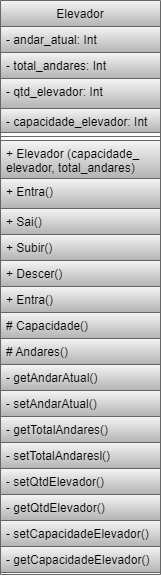
The draw.io diagram Atvd.2 Predio/src/main/java/com/mycompany/predio/Diagrama Elevador.png in GSouzzaDev/ARCO-DE-TREINAMENTO-POOJAVA-2024.1-ADS-UFRN., before a commit. Source tidied: cells renumbered, new cells last; positions are measured from the earlier drawing's top-left corner, leaving out a move shared by most shapes.
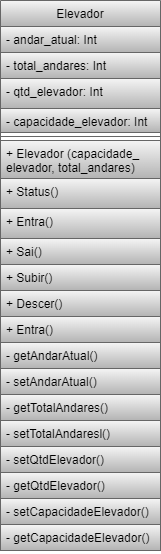
After the commit.

Change to the diagram source:
```diff
@@ -3,7 +3,7 @@
     <mxCell id="0" />
     <mxCell id="1" parent="0" />
     <mxCell id="2" value="Elevador" style="swimlane;fontStyle=0;align=center;verticalAlign=top;horizontal=1;startSize=26;rounded=0;shadow=0;strokeWidth=1;fillColor=#f5f5f5;strokeColor=#666666;gradientColor=#b3b3b3;" parent="1" vertex="1">
-      <mxGeometry width="160" height="574" as="geometry" />
+      <mxGeometry width="160" height="550" as="geometry" />
     </mxCell>
     <mxCell id="3" value="- andar_atual: Int" style="text;align=left;verticalAlign=top;spacingLeft=4;spacingRight=4;overflow=hidden;fillColor=#f5f5f5;gradientColor=#b3b3b3;strokeColor=#666666;" parent="2" vertex="1">
       <mxGeometry y="26" width="160" height="26" as="geometry" />
@@ -23,50 +23,47 @@
     <mxCell id="8" value="+ Elevador (capacidade_&#10;elevador, total_andares)" style="text;align=left;verticalAlign=top;spacingLeft=4;spacingRight=4;overflow=hidden;fillColor=#f5f5f5;gradientColor=#b3b3b3;strokeColor=#666666;" parent="2" vertex="1">
       <mxGeometry y="140" width="160" height="38" as="geometry" />
     </mxCell>
+    <mxCell id="24" value="+ Status()" style="text;align=left;verticalAlign=top;spacingLeft=4;spacingRight=4;overflow=hidden;fillColor=#f5f5f5;gradientColor=#b3b3b3;strokeColor=#666666;" parent="2" vertex="1">
+      <mxGeometry y="178" width="160" height="30" as="geometry" />
+    </mxCell>
     <mxCell id="9" value="+ Entra()" style="text;align=left;verticalAlign=top;spacingLeft=4;spacingRight=4;overflow=hidden;fillColor=#f5f5f5;gradientColor=#b3b3b3;strokeColor=#666666;" parent="2" vertex="1">
-      <mxGeometry y="178" width="160" height="30" as="geometry" />
+      <mxGeometry y="208" width="160" height="30" as="geometry" />
     </mxCell>
     <mxCell id="10" value="+ Sai()" style="text;align=left;verticalAlign=top;spacingLeft=4;spacingRight=4;overflow=hidden;fillColor=#f5f5f5;gradientColor=#b3b3b3;strokeColor=#666666;" parent="2" vertex="1">
-      <mxGeometry y="208" width="160" height="26" as="geometry" />
+      <mxGeometry y="238" width="160" height="26" as="geometry" />
     </mxCell>
     <mxCell id="11" value="+ Subir()" style="text;align=left;verticalAlign=top;spacingLeft=4;spacingRight=4;overflow=hidden;fillColor=#f5f5f5;gradientColor=#b3b3b3;strokeColor=#666666;" parent="2" vertex="1">
-      <mxGeometry y="234" width="160" height="26" as="geometry" />
+      <mxGeometry y="264" width="160" height="26" as="geometry" />
     </mxCell>
     <mxCell id="12" value="+ Descer()" style="text;align=left;verticalAlign=top;spacingLeft=4;spacingRight=4;overflow=hidden;fillColor=#f5f5f5;gradientColor=#b3b3b3;strokeColor=#666666;" parent="2" vertex="1">
-      <mxGeometry y="260" width="160" height="26" as="geometry" />
+      <mxGeometry y="290" width="160" height="26" as="geometry" />
     </mxCell>
     <mxCell id="13" value="+ Entra()" style="text;align=left;verticalAlign=top;spacingLeft=4;spacingRight=4;overflow=hidden;fillColor=#f5f5f5;gradientColor=#b3b3b3;strokeColor=#666666;" parent="2" vertex="1">
-      <mxGeometry y="286" width="160" height="26" as="geometry" />
+      <mxGeometry y="316" width="160" height="26" as="geometry" />
     </mxCell>
-    <mxCell id="14" value="# Capacidade()" style="text;align=left;verticalAlign=top;spacingLeft=4;spacingRight=4;overflow=hidden;fillColor=#f5f5f5;strokeColor=#666666;gradientColor=#b3b3b3;" parent="2" vertex="1">
-      <mxGeometry y="312" width="160" height="26" as="geometry" />
-    </mxCell>
-    <mxCell id="15" value="# Andares()" style="text;align=left;verticalAlign=top;spacingLeft=4;spacingRight=4;overflow=hidden;fillColor=#f5f5f5;strokeColor=#666666;gradientColor=#b3b3b3;" parent="2" vertex="1">
-      <mxGeometry y="338" width="160" height="26" as="geometry" />
-    </mxCell>
     <mxCell id="16" value="- getAndarAtual()" style="text;align=left;verticalAlign=top;spacingLeft=4;spacingRight=4;overflow=hidden;fillColor=#f5f5f5;strokeColor=#666666;gradientColor=#b3b3b3;" parent="2" vertex="1">
-      <mxGeometry y="364" width="160" height="26" as="geometry" />
+      <mxGeometry y="342" width="160" height="26" as="geometry" />
     </mxCell>
     <mxCell id="17" value="- setAndarAtual()" style="text;align=left;verticalAlign=top;spacingLeft=4;spacingRight=4;overflow=hidden;fillColor=#f5f5f5;strokeColor=#666666;gradientColor=#b3b3b3;" parent="2" vertex="1">
-      <mxGeometry y="390" width="160" height="26" as="geometry" />
+      <mxGeometry y="368" width="160" height="26" as="geometry" />
     </mxCell>
     <mxCell id="18" value="- getTotalAndares()" style="text;align=left;verticalAlign=top;spacingLeft=4;spacingRight=4;overflow=hidden;fillColor=#f5f5f5;strokeColor=#666666;gradientColor=#b3b3b3;" parent="2" vertex="1">
-      <mxGeometry y="416" width="160" height="26" as="geometry" />
+      <mxGeometry y="394" width="160" height="26" as="geometry" />
     </mxCell>
     <mxCell id="19" value="- setTotalAndaresl()" style="text;align=left;verticalAlign=top;spacingLeft=4;spacingRight=4;overflow=hidden;fillColor=#f5f5f5;strokeColor=#666666;gradientColor=#b3b3b3;" parent="2" vertex="1">
-      <mxGeometry y="442" width="160" height="26" as="geometry" />
+      <mxGeometry y="420" width="160" height="26" as="geometry" />
     </mxCell>
     <mxCell id="20" value="- setQtdElevador()" style="text;align=left;verticalAlign=top;spacingLeft=4;spacingRight=4;overflow=hidden;fillColor=#f5f5f5;strokeColor=#666666;gradientColor=#b3b3b3;" parent="2" vertex="1">
-      <mxGeometry y="468" width="160" height="26" as="geometry" />
+      <mxGeometry y="446" width="160" height="26" as="geometry" />
     </mxCell>
     <mxCell id="21" value="- getQtdElevador()" style="text;align=left;verticalAlign=top;spacingLeft=4;spacingRight=4;overflow=hidden;fillColor=#f5f5f5;strokeColor=#666666;gradientColor=#b3b3b3;" parent="2" vertex="1">
-      <mxGeometry y="494" width="160" height="26" as="geometry" />
+      <mxGeometry y="472" width="160" height="26" as="geometry" />
     </mxCell>
     <mxCell id="22" value="- setCapacidadeElevador()" style="text;align=left;verticalAlign=top;spacingLeft=4;spacingRight=4;overflow=hidden;fillColor=#f5f5f5;strokeColor=#666666;gradientColor=#b3b3b3;" parent="2" vertex="1">
-      <mxGeometry y="520" width="160" height="26" as="geometry" />
+      <mxGeometry y="498" width="160" height="26" as="geometry" />
     </mxCell>
     <mxCell id="23" value="- getCapacidadeElevador()" style="text;align=left;verticalAlign=top;spacingLeft=4;spacingRight=4;overflow=hidden;fillColor=#f5f5f5;strokeColor=#666666;gradientColor=#b3b3b3;" parent="2" vertex="1">
-      <mxGeometry y="546" width="160" height="26" as="geometry" />
+      <mxGeometry y="524" width="160" height="26" as="geometry" />
     </mxCell>
   </root>
 </mxGraphModel>
```
